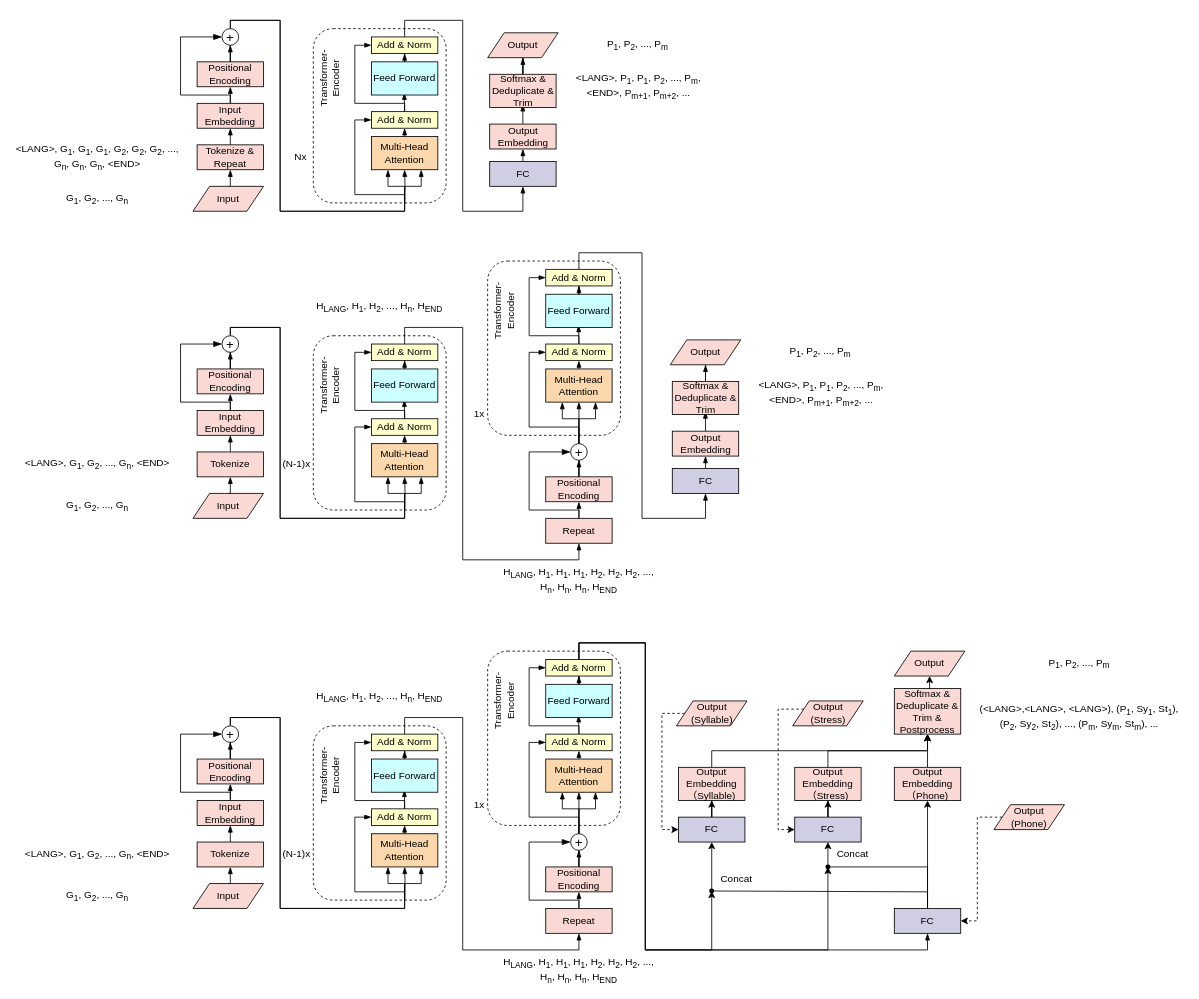
Above: 200_Grpaheme_to_Phoneme/202_G2P_Model/Transformer_LTS.drawio in jzmzhong/TTS_Front_End (draw.io), before the change. Source tidied: cells renumbered, new cells numbered last; positions are measured from the earlier drawing's top-left corner, leaving out a move shared by most shapes. Both pictures are drawn from the tidied source at 83%, with x=0, y=0 at pixel (14, 20).
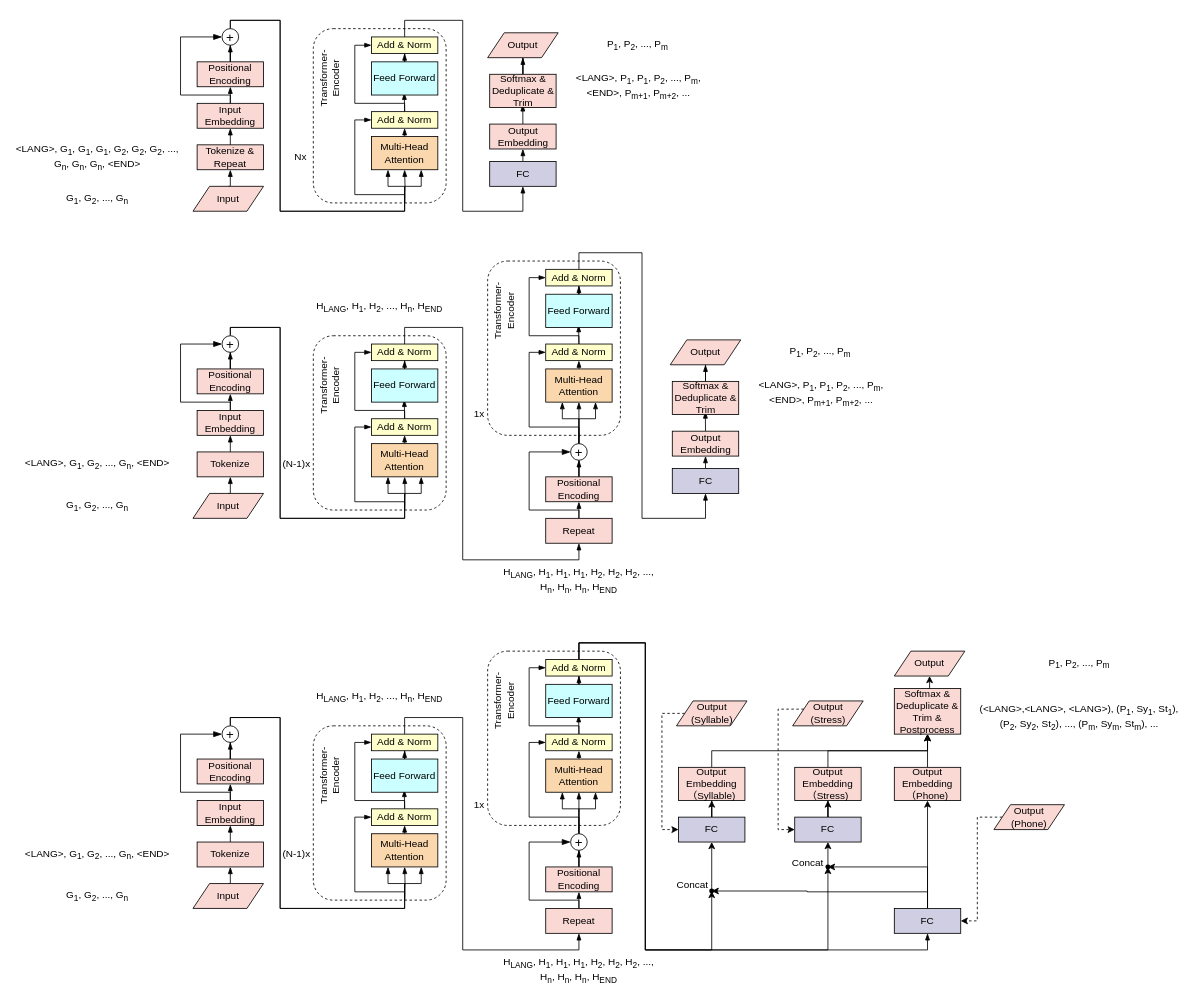
Above is the later version.

The change refers to these unchanged cells:
```xml
<mxCell id="127" value="FC" style="whiteSpace=wrap;align=center;verticalAlign=middle;fontStyle=0;strokeWidth=1;fillColor=#d0cee2;strokeColor=#000000;" parent="1" vertex="1">
  <mxGeometry x="1060" y="1070" width="80" height="30" as="geometry" />
</mxCell>
<mxCell id="165" value="FC" style="whiteSpace=wrap;align=center;verticalAlign=middle;fontStyle=0;strokeWidth=1;fillColor=#d0cee2;strokeColor=#000000;" parent="1" vertex="1">
  <mxGeometry x="940" y="960" width="80" height="30" as="geometry" />
</mxCell>
<mxCell id="179" style="shape=waypoint;sketch=0;fillStyle=solid;size=6;points=[];fillColor=none;perimeter=centerPerimeter;snapToPoint=1;" parent="1" vertex="1">
  <mxGeometry x="970" y="1010" width="20" height="20" as="geometry" />
</mxCell>
<mxCell id="181" style="shape=waypoint;sketch=0;fillStyle=solid;size=6;points=[];fillColor=none;perimeter=centerPerimeter;snapToPoint=1;" parent="1" vertex="1">
  <mxGeometry x="830" y="1039" width="20" height="20" as="geometry" />
</mxCell>
```

What changed in the source:
```diff
@@
-    <mxCell id="126" style="edgeStyle=orthogonalEdgeStyle;rounded=0;jettySize=auto;html=1;exitX=0.5;exitY=0;exitDx=0;exitDy=0;entryX=0.5;entryY=1;entryDx=0;entryDy=0;" parent="1" edge="1" source="127" target="165">
-      <mxGeometry relative="1" as="geometry">
-        <Array as="points">
-          <mxPoint x="1100" y="1020" />
-          <mxPoint x="980" y="1020" />
-        </Array>
-      </mxGeometry>
-    </mxCell>
+    <mxCell id="184" style="edgeStyle=orthogonalEdgeStyle;rounded=0;jettySize=auto;html=1;exitX=0.5;exitY=0;exitDx=0;exitDy=0;entryX=-0.033;entryY=-0.067;entryDx=0;entryDy=0;entryPerimeter=0;" parent="1" edge="1" source="127" target="179">
+      <mxGeometry relative="1" as="geometry">
+        <Array as="points">
+          <mxPoint x="1100" y="1020" />
+        </Array>
+      </mxGeometry>
+    </mxCell>
+    <mxCell id="180" style="edgeStyle=orthogonalEdgeStyle;rounded=0;jettySize=auto;html=1;exitX=0.5;exitY=0;exitDx=0;exitDy=0;entryX=0.3;entryY=0.317;entryDx=0;entryDy=0;entryPerimeter=0;" parent="1" edge="1" source="127" target="181">
+      <mxGeometry relative="1" as="geometry">
+        <Array as="points">
+          <mxPoint x="1100" y="1050" />
+          <mxPoint x="955" y="1050" />
+          <mxPoint x="840" y="1049" />
+        </Array>
+      </mxGeometry>
+    </mxCell>
@@
+    <mxCell id="185" style="edgeStyle=orthogonalEdgeStyle;rounded=0;jettySize=auto;html=1;entryX=0.5;entryY=1;entryDx=0;entryDy=0;" parent="1" edge="1" source="179" target="165">
+      <mxGeometry relative="1" as="geometry" />
+    </mxCell>
@@
-    <mxCell id="180" style="edgeStyle=orthogonalEdgeStyle;rounded=0;jettySize=auto;html=1;exitX=0.5;exitY=0;exitDx=0;exitDy=0;entryDx=0;entryDy=0;endArrow=none;" parent="1" edge="1" source="127" target="181">
-      <mxGeometry relative="1" as="geometry">
-        <Array as="points">
-          <mxPoint x="1100" y="1050" />
-          <mxPoint x="840" y="1050" />
-        </Array>
-      </mxGeometry>
-    </mxCell>
@@
     <mxCell id="182" value="Concat" style="text;html=1;strokeColor=none;fillColor=none;align=center;verticalAlign=middle;whiteSpace=wrap;rounded=0;" parent="1" vertex="1">
-      <mxGeometry x="840" y="1020" width="60" height="30" as="geometry" />
+      <mxGeometry x="787" y="1027" width="60" height="30" as="geometry" />
     </mxCell>
     <mxCell id="183" value="Concat" style="text;html=1;strokeColor=none;fillColor=none;align=center;verticalAlign=middle;whiteSpace=wrap;rounded=0;" parent="1" vertex="1">
-      <mxGeometry x="980" y="990" width="60" height="30" as="geometry" />
+      <mxGeometry x="926.2" y="1000" width="60" height="30" as="geometry" />
     </mxCell>
```
